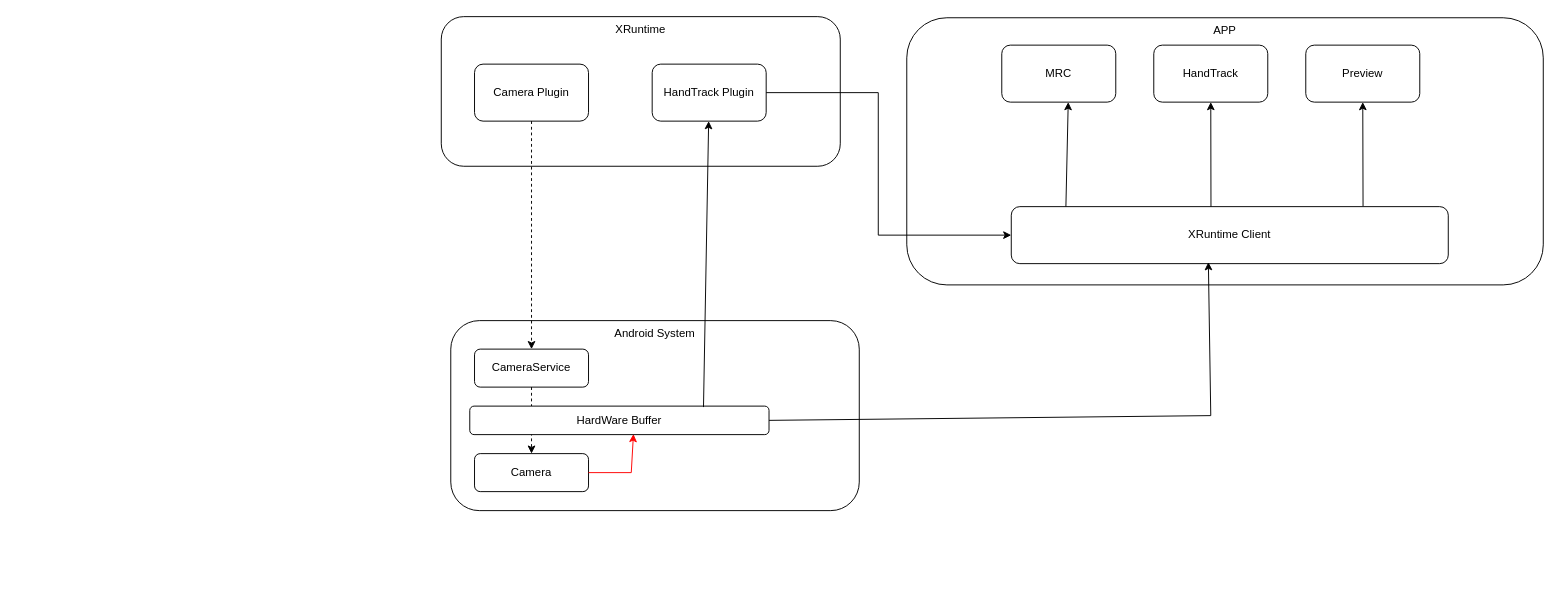
Above: camera.drawio in dig5864/dig5864.github.io (draw.io), before the change. Source tidied: cells renumbered, new cells numbered last; positions are measured from the earlier drawing's top-left corner, leaving out a move shared by most shapes. Both pictures are drawn from the tidied source at 95%, with x=0, y=0 at pixel (441, 16).
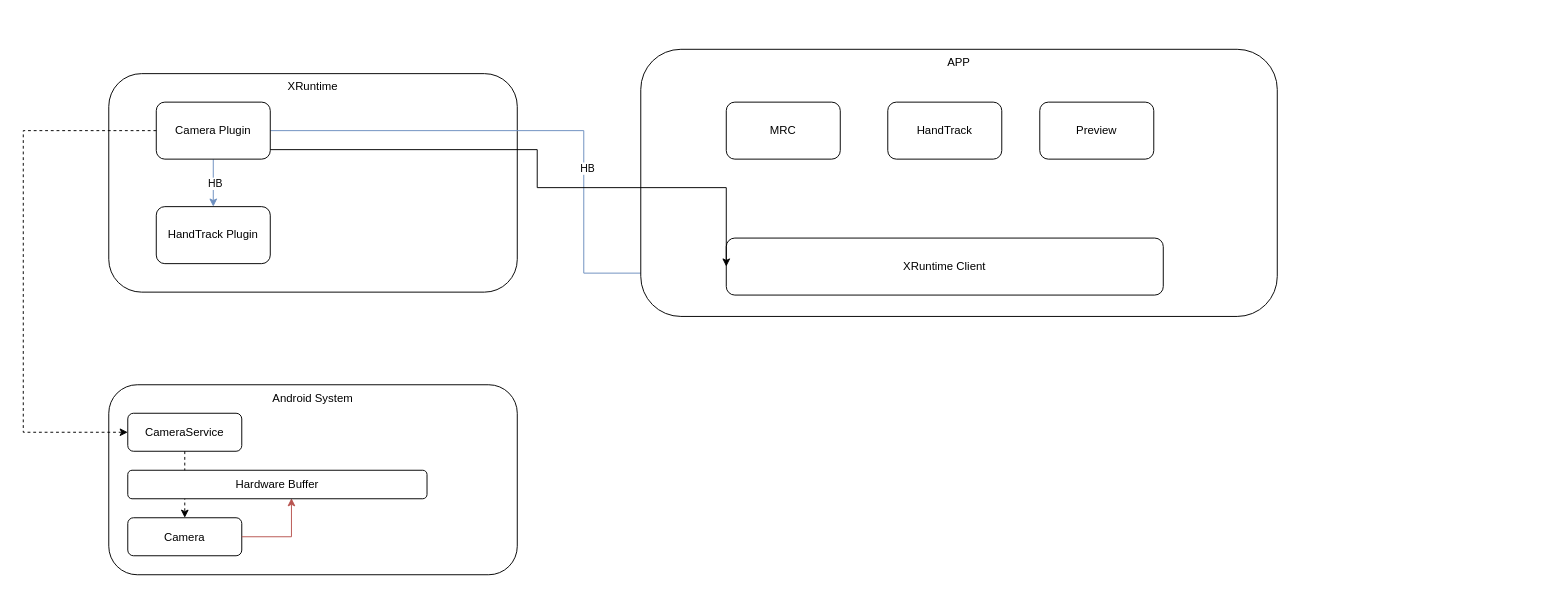
After the change.

What changed in the source:
```diff
@@
     <mxCell id="2" value="XRuntime" style="rounded=1;whiteSpace=wrap;html=1;verticalAlign=top;" parent="1" vertex="1">
-      <mxGeometry width="420" height="157.5" as="geometry" />
+      <mxGeometry x="-350" y="60" width="430" height="230" as="geometry" />
     </mxCell>
+    <mxCell id="23" style="edgeStyle=orthogonalEdgeStyle;rounded=0;jettySize=auto;html=1;fillColor=#dae8fc;strokeColor=#6c8ebf;" parent="1" edge="1" source="3" target="4">
+      <mxGeometry relative="1" as="geometry" />
+    </mxCell>
+    <mxCell id="24" value="HB" style="edgeLabel;html=1;align=center;verticalAlign=middle;" parent="23" vertex="1">
+      <mxGeometry x="-0.01" y="1" relative="1" as="geometry" />
+    </mxCell>
+    <mxCell id="25" style="edgeStyle=orthogonalEdgeStyle;rounded=0;jettySize=auto;html=1;entryX=0;entryY=0.615;entryDx=0;entryDy=0;entryPerimeter=0;fillColor=#dae8fc;strokeColor=#6c8ebf;" parent="1" edge="1" source="3" target="13">
+      <mxGeometry relative="1" as="geometry">
+        <Array as="points">
+          <mxPoint x="150" y="120" />
+          <mxPoint x="150" y="270" />
+        </Array>
+      </mxGeometry>
+    </mxCell>
+    <mxCell id="26" value="HB" style="edgeLabel;html=1;align=center;verticalAlign=middle;" parent="25" vertex="1">
+      <mxGeometry x="0.17" y="3" relative="1" as="geometry" />
+    </mxCell>
     <mxCell id="3" value="Camera Plugin" style="rounded=1;whiteSpace=wrap;html=1;" parent="1" vertex="1">
-      <mxGeometry x="35" y="50" width="120" height="60" as="geometry" />
+      <mxGeometry x="-300" y="90" width="120" height="60" as="geometry" />
     </mxCell>
     <mxCell id="4" value="HandTrack Plugin" style="rounded=1;whiteSpace=wrap;html=1;" parent="1" vertex="1">
-      <mxGeometry x="222" y="50" width="120" height="60" as="geometry" />
+      <mxGeometry x="-300" y="200" width="120" height="60" as="geometry" />
     </mxCell>
     <mxCell id="5" value="Android System" style="rounded=1;whiteSpace=wrap;html=1;verticalAlign=top;" parent="1" vertex="1">
-      <mxGeometry x="10" y="320" width="430" height="200" as="geometry" />
+      <mxGeometry x="-350" y="387.5" width="430" height="200" as="geometry" />
     </mxCell>
     <mxCell id="6" value="Camera" style="rounded=1;whiteSpace=wrap;html=1;" parent="1" vertex="1">
-      <mxGeometry x="35" y="460" width="120" height="40" as="geometry" />
+      <mxGeometry x="-330" y="527.5" width="120" height="40" as="geometry" />
     </mxCell>
-    <mxCell id="7" style="endArrow=classic;html=1;rounded=0;exitX=0.5;exitY=1;exitDx=0;exitDy=0;entryX=0.5;entryY=0;entryDx=0;entryDy=0;dashed=1;" parent="1" edge="1" source="3" target="8">
-      <mxGeometry relative="1" as="geometry" />
-    </mxCell>
     <mxCell id="8" value="CameraService" style="rounded=1;whiteSpace=wrap;html=1;" parent="1" vertex="1">
-      <mxGeometry x="35" y="350" width="120" height="40" as="geometry" />
+      <mxGeometry x="-330" y="417.5" width="120" height="40" as="geometry" />
     </mxCell>
-    <mxCell id="9" style="endArrow=classic;html=1;rounded=0;exitX=1;exitY=0.5;exitDx=0;exitDy=0;entryX=0.547;entryY=0.98;entryDx=0;entryDy=0;entryPerimeter=0;strokeColor=#FF0000;" parent="1" edge="1" source="6" target="11">
-      <mxGeometry relative="1" as="geometry">
-        <Array as="points">
-          <mxPoint x="200" y="480" />
-        </Array>
-      </mxGeometry>
+    <mxCell id="9" style="endArrow=classic;html=1;rounded=0;exitX=1;exitY=0.5;exitDx=0;exitDy=0;entryX=0.547;entryY=0.98;entryDx=0;entryDy=0;strokeColor=#b85450;fillColor=#f8cecc;entryPerimeter=0;edgeStyle=orthogonalEdgeStyle;" parent="1" edge="1" source="6" target="11">
+      <mxGeometry relative="1" as="geometry" />
     </mxCell>
@@
-    <mxCell id="11" value="HardWare Buffer" style="rounded=1;whiteSpace=wrap;html=1;" parent="1" vertex="1">
-      <mxGeometry x="30" y="410" width="315" height="30" as="geometry" />
+    <mxCell id="11" value="Hardware Buffer" style="rounded=1;whiteSpace=wrap;html=1;" parent="1" vertex="1">
+      <mxGeometry x="-330" y="477.5" width="315" height="30" as="geometry" />
     </mxCell>
+    <mxCell id="7" style="edgeStyle=orthogonalEdgeStyle;rounded=0;jettySize=auto;html=1;entryX=0;entryY=0.5;entryDx=0;entryDy=0;dashed=1;" parent="1" edge="1" source="3" target="8">
+      <mxGeometry relative="1" as="geometry">
+        <Array as="points">
+          <mxPoint x="-440" y="120" />
+          <mxPoint x="-440" y="437" />
+        </Array>
+      </mxGeometry>
+    </mxCell>
     <mxCell id="12" value="APP" style="rounded=1;whiteSpace=wrap;html=1;verticalAlign=top;" parent="1" vertex="1">
-      <mxGeometry x="490" y="1.2" width="670" height="281.2" as="geometry" />
+      <mxGeometry x="210" y="34.4" width="670" height="281.2" as="geometry" />
     </mxCell>
     <mxCell id="13" value="XRuntime Client" style="rounded=1;whiteSpace=wrap;html=1;" parent="1" vertex="1">
-      <mxGeometry x="600" y="200" width="460" height="60" as="geometry" />
+      <mxGeometry x="300" y="233.1" width="460" height="60" as="geometry" />
     </mxCell>
-    <mxCell id="14" style="endArrow=classic;html=1;rounded=0;exitX=1;exitY=0.5;exitDx=0;exitDy=0;entryX=0.451;entryY=0.975;entryDx=0;entryDy=0;entryPerimeter=0;" parent="1" edge="1" source="11" target="13">
-      <mxGeometry relative="1" as="geometry">
-        <Array as="points">
-          <mxPoint x="810" y="420" />
-        </Array>
-      </mxGeometry>
-    </mxCell>
     <mxCell id="15" value="MRC" style="rounded=1;whiteSpace=wrap;html=1;" parent="1" vertex="1">
-      <mxGeometry x="590" y="30" width="120" height="60" as="geometry" />
+      <mxGeometry x="300" y="90" width="120" height="60" as="geometry" />
     </mxCell>
     <mxCell id="16" value="Preview" style="rounded=1;whiteSpace=wrap;html=1;" parent="1" vertex="1">
-      <mxGeometry x="910" y="30" width="120" height="60" as="geometry" />
+      <mxGeometry x="630" y="90" width="120" height="60" as="geometry" />
     </mxCell>
-    <mxCell id="17" style="endArrow=classic;html=1;rounded=0;entryX=0.583;entryY=1;entryDx=0;entryDy=0;entryPerimeter=0;exitX=0.125;exitY=0;exitDx=0;exitDy=0;exitPerimeter=0;horizontal=0;verticalAlign=middle;" parent="1" edge="1" source="13" target="15">
-      <mxGeometry relative="1" as="geometry" />
-    </mxCell>
-    <mxCell id="18" style="endArrow=classic;html=1;rounded=0;entryX=0.5;entryY=1;entryDx=0;entryDy=0;exitX=0.805;exitY=-0.007;exitDx=0;exitDy=0;exitPerimeter=0;" parent="1" edge="1" source="13" target="16">
-      <mxGeometry relative="1" as="geometry" />
-    </mxCell>
-    <mxCell id="19" style="endArrow=classic;html=1;rounded=0;exitX=0.781;exitY=0.033;exitDx=0;exitDy=0;exitPerimeter=0;" parent="1" edge="1" source="11" target="4">
-      <mxGeometry relative="1" as="geometry" />
-    </mxCell>
-    <mxCell id="20" style="endArrow=classic;html=1;rounded=0;exitX=1;exitY=0.5;exitDx=0;exitDy=0;entryX=0;entryY=0.5;entryDx=0;entryDy=0;" parent="1" edge="1" source="4" target="13">
-      <mxGeometry relative="1" as="geometry">
-        <Array as="points">
-          <mxPoint x="460" y="80" />
-          <mxPoint x="460" y="230" />
-        </Array>
-      </mxGeometry>
-    </mxCell>
     <mxCell id="21" value="HandTrack" style="rounded=1;whiteSpace=wrap;html=1;" parent="1" vertex="1">
-      <mxGeometry x="750" y="30" width="120" height="60" as="geometry" />
+      <mxGeometry x="470" y="90" width="120" height="60" as="geometry" />
     </mxCell>
-    <mxCell id="22" style="endArrow=classic;html=1;rounded=0;exitX=0.457;exitY=0;exitDx=0;exitDy=0;entryX=0.5;entryY=1;entryDx=0;entryDy=0;exitPerimeter=0;" parent="1" edge="1" source="13" target="21">
-      <mxGeometry relative="1" as="geometry" />
-    </mxCell>
+    <mxCell id="27" style="endArrow=classic;html=1;rounded=0;edgeStyle=orthogonalEdgeStyle;entryX=0;entryY=0.5;entryDx=0;entryDy=0;" parent="1" edge="1" source="3" target="13">
+      <mxGeometry relative="1" as="geometry">
+        <Array as="points">
+          <mxPoint x="101" y="140" />
+          <mxPoint x="101" y="180" />
+          <mxPoint x="300" y="180" />
+        </Array>
+      </mxGeometry>
+    </mxCell>
```
